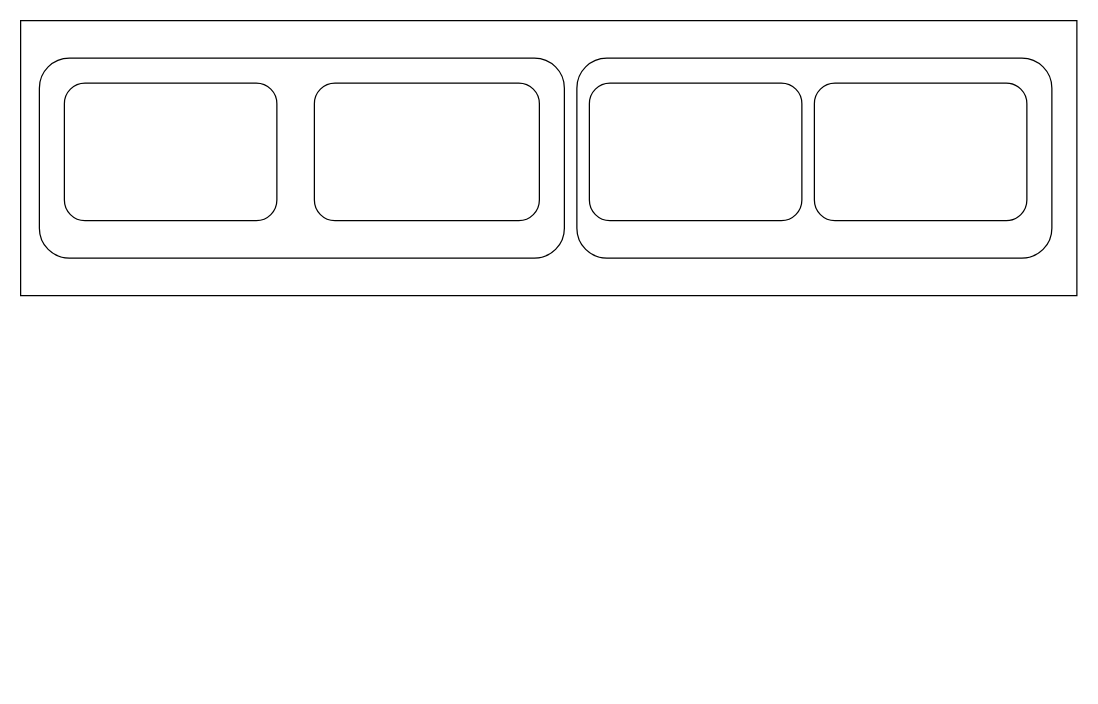
This is page "Page-2" (1 of 2) of structure.drawio from mahammadshariaralamsarker/Assingment-5, a draw.io file, before an edit. Source tidied: cells renumbered, new cells numbered last; positions are measured from the earlier drawing's top-left corner, leaving out a move shared by most shapes. Both pictures are drawn from the tidied source at 125%, with x=0, y=0 at pixel (20, 20).
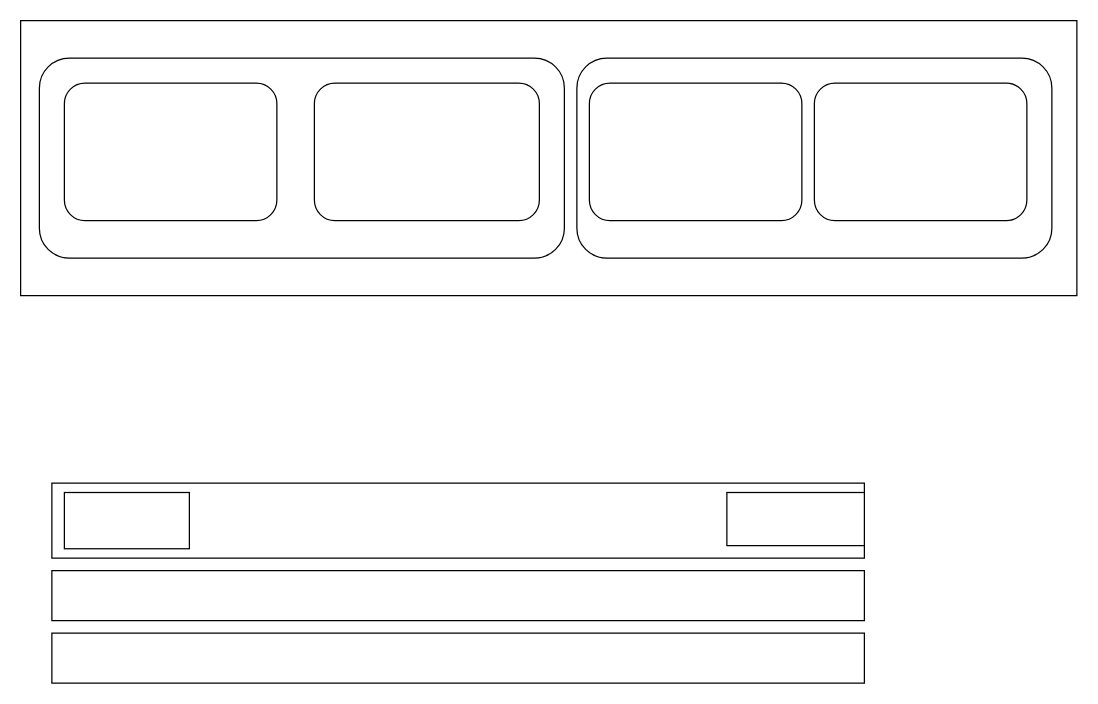
Above is the later version.

Diff of the diagram source:
```diff
@@
 <mxGraphModel>
   <root>
     <mxCell id="0" />
     <mxCell id="1" parent="0" />
     <mxCell id="2" style="rounded=0;whiteSpace=wrap;html=1;" parent="1" vertex="1">
       <mxGeometry width="845" height="220" as="geometry" />
     </mxCell>
     <mxCell id="3" style="rounded=1;whiteSpace=wrap;html=1;" parent="1" vertex="1">
       <mxGeometry x="15" y="30" width="420" height="160" as="geometry" />
     </mxCell>
     <mxCell id="4" style="rounded=1;whiteSpace=wrap;html=1;" parent="1" vertex="1">
       <mxGeometry x="445" y="30" width="380" height="160" as="geometry" />
     </mxCell>
     <mxCell id="5" style="rounded=1;whiteSpace=wrap;html=1;" parent="1" vertex="1">
       <mxGeometry x="35" y="50" width="170" height="110" as="geometry" />
     </mxCell>
     <mxCell id="6" style="rounded=1;whiteSpace=wrap;html=1;" parent="1" vertex="1">
       <mxGeometry x="235" y="50" width="180" height="110" as="geometry" />
     </mxCell>
     <mxCell id="7" style="rounded=1;whiteSpace=wrap;html=1;" parent="1" vertex="1">
       <mxGeometry x="455" y="50" width="170" height="110" as="geometry" />
     </mxCell>
     <mxCell id="8" style="rounded=1;whiteSpace=wrap;html=1;" parent="1" vertex="1">
       <mxGeometry x="635" y="50" width="170" height="110" as="geometry" />
     </mxCell>
+    <mxCell id="9" style="rounded=0;whiteSpace=wrap;html=1;" parent="1" vertex="1">
+      <mxGeometry x="25" y="370" width="650" height="60" as="geometry" />
+    </mxCell>
+    <mxCell id="10" style="rounded=0;whiteSpace=wrap;html=1;" parent="1" vertex="1">
+      <mxGeometry x="35" y="377.5" width="100" height="45" as="geometry" />
+    </mxCell>
+    <mxCell id="11" style="rounded=0;whiteSpace=wrap;html=1;" parent="1" vertex="1">
+      <mxGeometry x="565" y="377.5" width="110" height="42.5" as="geometry" />
+    </mxCell>
+    <mxCell id="12" style="rounded=0;whiteSpace=wrap;html=1;" parent="1" vertex="1">
+      <mxGeometry x="25" y="440" width="650" height="40" as="geometry" />
+    </mxCell>
+    <mxCell id="13" style="rounded=0;whiteSpace=wrap;html=1;" parent="1" vertex="1">
+      <mxGeometry x="25" y="490" width="650" height="40" as="geometry" />
+    </mxCell>
   </root>
 </mxGraphModel>
```
